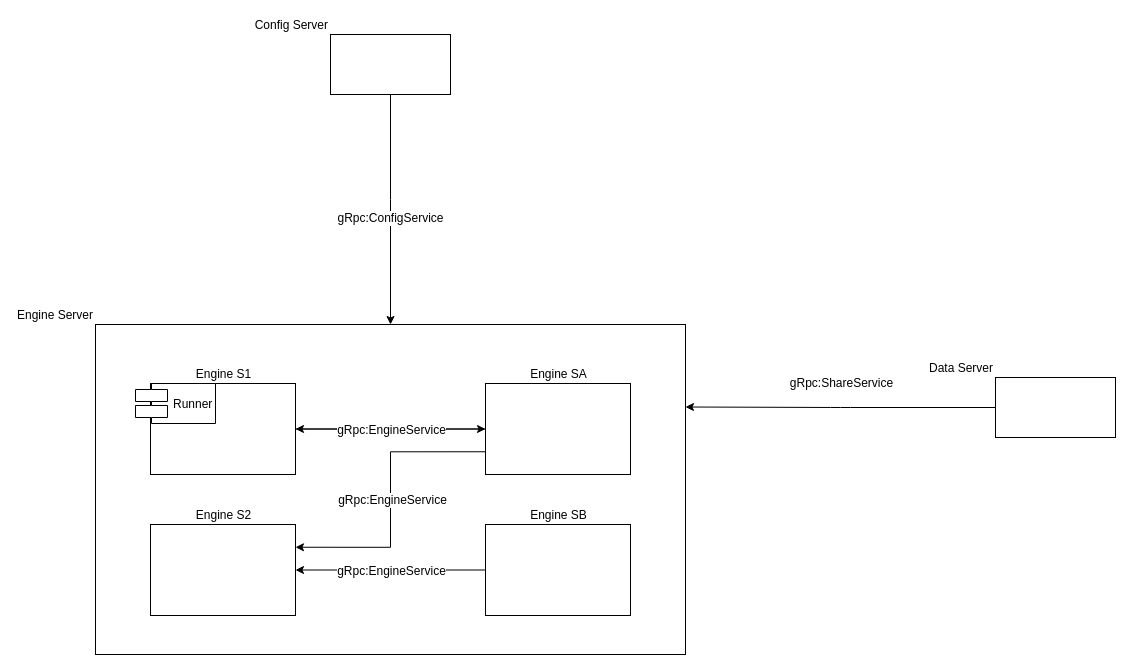
Above: privpy.drawio in yankaili2006/wiki (draw.io), before the change. Source tidied: cells renumbered, new cells numbered last; positions are measured from the earlier drawing's top-left corner, leaving out a move shared by most shapes. Both pictures are drawn from the tidied source at 100%, with x=0, y=0 at pixel (95, 34).
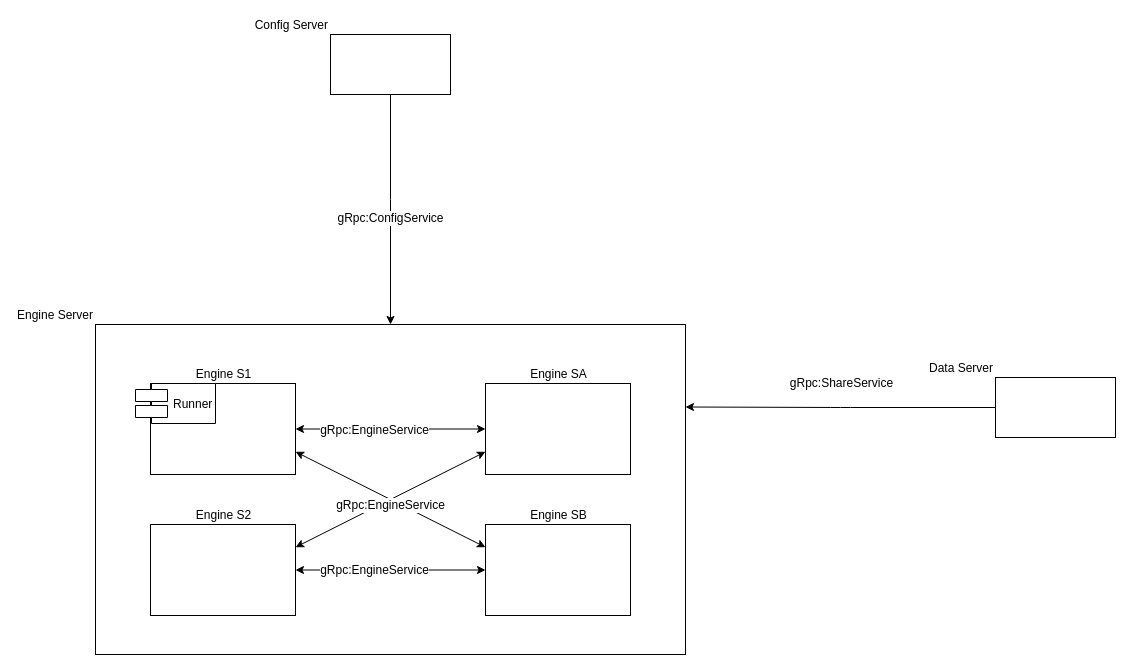
The same page after the edit.

The change refers to these unchanged cells:
```xml
<mxCell id="2" value="Engine Server" style="whiteSpace=wrap;html=1;align=right;labelPosition=left;verticalLabelPosition=top;verticalAlign=bottom;" parent="1" vertex="1">
  <mxGeometry y="290" width="590" height="330" as="geometry" />
</mxCell>
<mxCell id="4" value="Engine S1&lt;br&gt;" style="html=1;labelPosition=center;verticalLabelPosition=top;align=center;verticalAlign=bottom;" parent="2" vertex="1">
  <mxGeometry x="55" y="59" width="145" height="91" as="geometry" />
</mxCell>
<mxCell id="7" value="Engine SA&lt;br&gt;" style="html=1;labelPosition=center;verticalLabelPosition=top;align=center;verticalAlign=bottom;" parent="2" vertex="1">
  <mxGeometry x="390" y="59" width="145" height="91" as="geometry" />
</mxCell>
<mxCell id="9" value="Engine S2&lt;br&gt;" style="html=1;labelPosition=center;verticalLabelPosition=top;align=center;verticalAlign=bottom;" parent="2" vertex="1">
  <mxGeometry x="55" y="200" width="145" height="91" as="geometry" />
</mxCell>
<mxCell id="10" value="Engine SB&lt;br&gt;" style="html=1;labelPosition=center;verticalLabelPosition=top;align=center;verticalAlign=bottom;" parent="2" vertex="1">
  <mxGeometry x="390" y="200" width="145" height="91" as="geometry" />
</mxCell>
```

Change to the diagram source:
```diff
@@
-    <mxCell id="3" style="edgeStyle=orthogonalEdgeStyle;rounded=0;jettySize=auto;html=1;" parent="2" edge="1" source="4" target="7">
-      <mxGeometry relative="1" as="geometry" />
-    </mxCell>
@@
-    <mxCell id="5" style="edgeStyle=orthogonalEdgeStyle;rounded=0;jettySize=auto;html=1;" parent="2" edge="1" source="7" target="4">
-      <mxGeometry relative="1" as="geometry" />
-    </mxCell>
-    <mxCell id="6" value="gRpc:EngineService&lt;br&gt;" style="text;html=1;align=center;verticalAlign=middle;labelBackgroundColor=#ffffff;" parent="5" vertex="1">
-      <mxGeometry y="1" relative="1" as="geometry" />
-    </mxCell>
@@
-    <mxCell id="11" style="edgeStyle=orthogonalEdgeStyle;rounded=0;jettySize=auto;html=1;exitX=0;exitY=0.5;exitDx=0;exitDy=0;" parent="2" edge="1" source="10" target="9">
-      <mxGeometry relative="1" as="geometry" />
-    </mxCell>
-    <mxCell id="12" value="gRpc:EngineService&lt;br&gt;" style="text;html=1;align=center;verticalAlign=middle;labelBackgroundColor=#ffffff;" parent="11" vertex="1">
-      <mxGeometry y="1" relative="1" as="geometry" />
-    </mxCell>
+    <mxCell id="21" style="endArrow=classic;startArrow=classic;html=1;entryX=1;entryY=0.75;entryDx=0;entryDy=0;exitX=0;exitY=0.25;exitDx=0;exitDy=0;" parent="2" edge="1" source="10" target="4">
+      <mxGeometry relative="1" as="geometry" />
+    </mxCell>
-    <mxCell id="13" style="edgeStyle=orthogonalEdgeStyle;rounded=0;jettySize=auto;html=1;exitX=0;exitY=0.75;exitDx=0;exitDy=0;entryX=1;entryY=0.25;entryDx=0;entryDy=0;" parent="2" edge="1" source="7" target="9">
+    <mxCell id="13" style="endArrow=classic;startArrow=classic;html=1;entryX=1;entryY=0.25;entryDx=0;entryDy=0;exitX=0;exitY=0.75;exitDx=0;exitDy=0;" parent="2" edge="1" source="7" target="9">
       <mxGeometry relative="1" as="geometry" />
     </mxCell>
-    <mxCell id="14" value="gRpc:EngineService&lt;br&gt;" style="text;html=1;align=center;verticalAlign=middle;labelBackgroundColor=#ffffff;" parent="13" vertex="1">
-      <mxGeometry y="1" relative="1" as="geometry" />
-    </mxCell>
+    <mxCell id="22" value="gRpc:EngineService" style="text;html=1;align=center;verticalAlign=middle;labelBackgroundColor=#ffffff;" parent="13" vertex="1">
+      <mxGeometry x="0.22" relative="1" as="geometry">
+        <mxPoint x="21" y="-5.5" as="offset" />
+      </mxGeometry>
+    </mxCell>
+    <mxCell id="3" style="endArrow=classic;startArrow=classic;html=1;entryX=0;entryY=0.5;entryDx=0;entryDy=0;" parent="2" edge="1" source="4" target="7">
+      <mxGeometry relative="1" as="geometry" />
+    </mxCell>
+    <mxCell id="23" value="gRpc:EngineService" style="text;html=1;align=center;verticalAlign=middle;labelBackgroundColor=#ffffff;" parent="3" vertex="1">
+      <mxGeometry x="-0.18" y="-1" relative="1" as="geometry" />
+    </mxCell>
+    <mxCell id="24" style="endArrow=classic;startArrow=classic;html=1;entryX=0;entryY=0.5;entryDx=0;entryDy=0;" parent="2" edge="1" source="9" target="10">
+      <mxGeometry relative="1" as="geometry" />
+    </mxCell>
+    <mxCell id="25" value="gRpc:EngineService" style="text;html=1;align=center;verticalAlign=middle;labelBackgroundColor=#ffffff;" parent="24" vertex="1">
+      <mxGeometry x="-0.18" relative="1" as="geometry" />
+    </mxCell>
```
